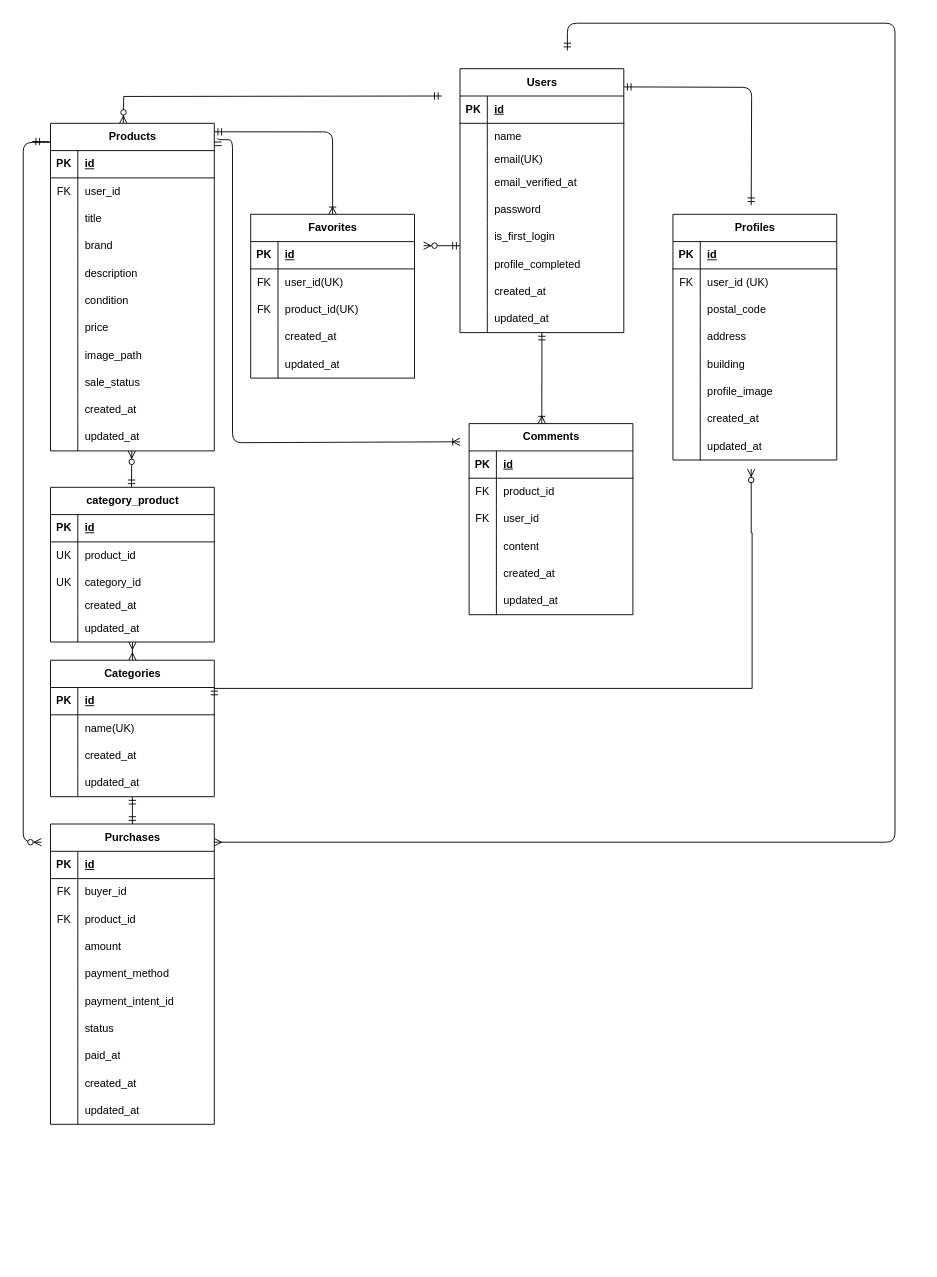
Earlier version of the draw.io diagram er-diagram.drawio (Hana86-86/coachtech-freemarket). Source tidied: cells renumbered, new cells numbered last; positions are measured from the earlier drawing's top-left corner, leaving out a move shared by most shapes. Both pictures are drawn from the tidied source at 91%, with x=0, y=0 at pixel (23, 23).
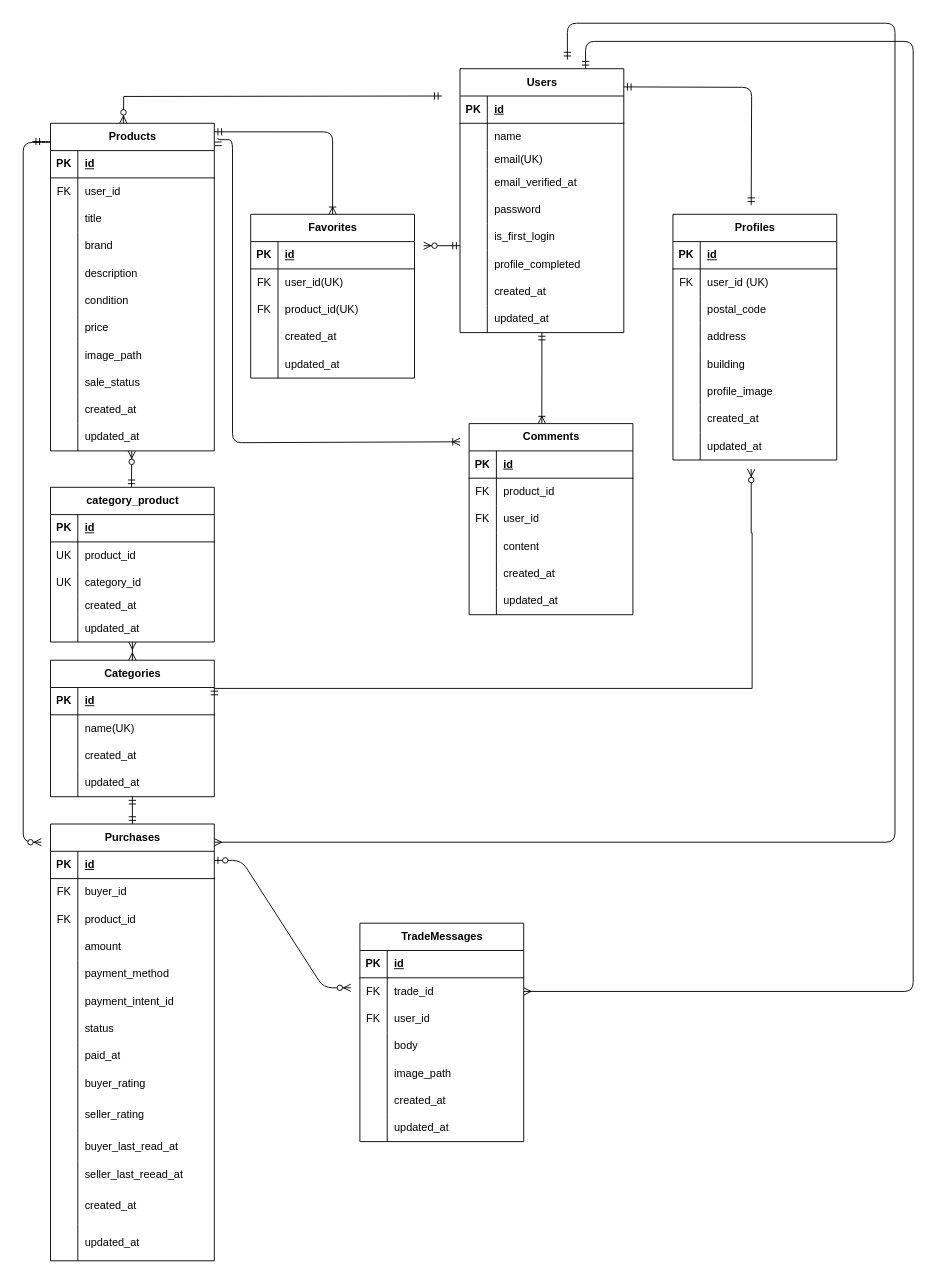
The same page after the edit.

Unchanged cells that the change refers to:
```xml
<mxCell id="102" style="shape=tableRow;horizontal=0;startSize=0;swimlaneHead=0;swimlaneBody=0;fillColor=none;top=0;left=0;right=0;bottom=0;" parent="77" vertex="1">
  <mxGeometry y="270" width="180" height="30" as="geometry" />
</mxCell>
```

Change to the diagram source:
```diff
@@
     <mxCell id="77" value="Purchases" style="shape=table;startSize=30;childLayout=tableLayout;rowLines=0;fontStyle=1;align=center;html=1;" parent="1" vertex="1">
-      <mxGeometry x="30" y="880" width="180" height="330" as="geometry" />
+      <mxGeometry x="30" y="880" width="180" height="480" as="geometry" />
     </mxCell>
@@
-    <mxCell id="104" value="created_at" style="shape=partialRectangle;fillColor=none;top=0;left=0;bottom=0;right=0;align=left;spacingLeft=6;overflow=hidden;whiteSpace=wrap;html=1;" parent="102" vertex="1">
+    <mxCell id="104" value="buyer_rating" style="shape=partialRectangle;fillColor=none;top=0;left=0;bottom=0;right=0;align=left;spacingLeft=6;overflow=hidden;whiteSpace=wrap;html=1;" parent="102" vertex="1">
       <mxGeometry x="30" width="150" height="30" as="geometry" />
     </mxCell>
     <mxCell id="105" style="shape=tableRow;horizontal=0;startSize=0;swimlaneHead=0;swimlaneBody=0;fillColor=none;top=0;left=0;right=0;bottom=0;" parent="77" vertex="1">
-      <mxGeometry y="300" width="180" height="30" as="geometry" />
+      <mxGeometry y="300" width="180" height="40" as="geometry" />
     </mxCell>
     <mxCell id="106" style="shape=partialRectangle;fillColor=none;top=0;left=0;bottom=0;right=0;overflow=hidden;whiteSpace=wrap;html=1;" parent="105" vertex="1">
-      <mxGeometry width="30" height="30" as="geometry" />
+      <mxGeometry width="30" height="40" as="geometry" />
     </mxCell>
-    <mxCell id="107" value="updated_at" style="shape=partialRectangle;fillColor=none;top=0;left=0;bottom=0;right=0;align=left;spacingLeft=6;overflow=hidden;whiteSpace=wrap;html=1;" parent="105" vertex="1">
-      <mxGeometry x="30" width="150" height="30" as="geometry" />
+    <mxCell id="107" value="seller_rating" style="shape=partialRectangle;fillColor=none;top=0;left=0;bottom=0;right=0;align=left;spacingLeft=6;overflow=hidden;whiteSpace=wrap;html=1;" parent="105" vertex="1">
+      <mxGeometry x="30" width="150" height="40" as="geometry" />
     </mxCell>
+    <mxCell id="196" style="shape=tableRow;horizontal=0;startSize=0;swimlaneHead=0;swimlaneBody=0;fillColor=none;top=0;left=0;right=0;bottom=0;" parent="77" vertex="1">
+      <mxGeometry y="340" width="180" height="30" as="geometry" />
+    </mxCell>
+    <mxCell id="197" style="shape=partialRectangle;fillColor=none;top=0;left=0;bottom=0;right=0;overflow=hidden;whiteSpace=wrap;html=1;" parent="196" vertex="1">
+      <mxGeometry width="30" height="30" as="geometry" />
+    </mxCell>
+    <mxCell id="198" value="buyer_last_read_at" style="shape=partialRectangle;fillColor=none;top=0;left=0;bottom=0;right=0;align=left;spacingLeft=6;overflow=hidden;whiteSpace=wrap;html=1;" parent="196" vertex="1">
+      <mxGeometry x="30" width="150" height="30" as="geometry" />
+    </mxCell>
+    <mxCell id="199" style="shape=tableRow;horizontal=0;startSize=0;swimlaneHead=0;swimlaneBody=0;fillColor=none;top=0;left=0;right=0;bottom=0;" parent="77" vertex="1">
+      <mxGeometry y="370" width="180" height="30" as="geometry" />
+    </mxCell>
+    <mxCell id="200" style="shape=partialRectangle;fillColor=none;top=0;left=0;bottom=0;right=0;overflow=hidden;whiteSpace=wrap;html=1;" parent="199" vertex="1">
+      <mxGeometry width="30" height="30" as="geometry" />
+    </mxCell>
+    <mxCell id="201" value="seller_last_reead_at" style="shape=partialRectangle;fillColor=none;top=0;left=0;bottom=0;right=0;align=left;spacingLeft=6;overflow=hidden;whiteSpace=wrap;html=1;" parent="199" vertex="1">
+      <mxGeometry x="30" width="150" height="30" as="geometry" />
+    </mxCell>
+    <mxCell id="202" style="shape=tableRow;horizontal=0;startSize=0;swimlaneHead=0;swimlaneBody=0;fillColor=none;top=0;left=0;right=0;bottom=0;" parent="77" vertex="1">
+      <mxGeometry y="400" width="180" height="40" as="geometry" />
+    </mxCell>
+    <mxCell id="203" style="shape=partialRectangle;fillColor=none;top=0;left=0;bottom=0;right=0;overflow=hidden;whiteSpace=wrap;html=1;" parent="202" vertex="1">
+      <mxGeometry width="30" height="40" as="geometry" />
+    </mxCell>
+    <mxCell id="204" value="created_at" style="shape=partialRectangle;fillColor=none;top=0;left=0;bottom=0;right=0;align=left;spacingLeft=6;overflow=hidden;whiteSpace=wrap;html=1;" parent="202" vertex="1">
+      <mxGeometry x="30" width="150" height="40" as="geometry" />
+    </mxCell>
+    <mxCell id="205" style="shape=tableRow;horizontal=0;startSize=0;swimlaneHead=0;swimlaneBody=0;fillColor=none;top=0;left=0;right=0;bottom=0;" parent="77" vertex="1">
+      <mxGeometry y="440" width="180" height="40" as="geometry" />
+    </mxCell>
+    <mxCell id="206" style="shape=partialRectangle;fillColor=none;top=0;left=0;bottom=0;right=0;overflow=hidden;whiteSpace=wrap;html=1;" parent="205" vertex="1">
+      <mxGeometry width="30" height="40" as="geometry" />
+    </mxCell>
+    <mxCell id="207" value="updated_at" style="shape=partialRectangle;fillColor=none;top=0;left=0;bottom=0;right=0;align=left;spacingLeft=6;overflow=hidden;whiteSpace=wrap;html=1;" parent="205" vertex="1">
+      <mxGeometry x="30" width="150" height="40" as="geometry" />
+    </mxCell>
@@
     <mxCell id="175" style="edgeStyle=orthogonalEdgeStyle;fontSize=12;html=1;endArrow=ERmany;startArrow=ERmandOne;endFill=0;" parent="1" edge="1">
       <mxGeometry relative="1" as="geometry">
-        <mxPoint x="598" y="30" as="sourcePoint" />
+        <mxPoint x="598" y="40" as="sourcePoint" />
         <mxPoint x="210" y="900" as="targetPoint" />
         <Array as="points">
           <mxPoint x="598" />
           <mxPoint x="958" />
           <mxPoint x="958" y="900" />
         </Array>
       </mxGeometry>
     </mxCell>
@@
+    <mxCell id="208" value="TradeMessages" style="shape=table;startSize=30;childLayout=tableLayout;rowLines=0;fontStyle=1;align=center;html=1;" parent="1" vertex="1">
+      <mxGeometry x="370" y="989" width="180" height="240" as="geometry" />
+    </mxCell>
+    <mxCell id="209" style="shape=tableRow;horizontal=0;startSize=0;swimlaneHead=0;swimlaneBody=0;fillColor=none;top=0;left=0;right=0;bottom=1;" parent="208" vertex="1">
+      <mxGeometry y="30" width="180" height="30" as="geometry" />
+    </mxCell>
+    <mxCell id="210" value="PK" style="shape=partialRectangle;fillColor=none;top=0;left=0;bottom=0;right=0;fontStyle=1;overflow=hidden;whiteSpace=wrap;html=1;" parent="209" vertex="1">
+      <mxGeometry width="30" height="30" as="geometry" />
+    </mxCell>
+    <mxCell id="211" value="id" style="shape=partialRectangle;fillColor=none;top=0;left=0;bottom=0;right=0;align=left;spacingLeft=6;fontStyle=5;overflow=hidden;whiteSpace=wrap;html=1;" parent="209" vertex="1">
+      <mxGeometry x="30" width="150" height="30" as="geometry" />
+    </mxCell>
+    <mxCell id="212" style="shape=tableRow;horizontal=0;startSize=0;swimlaneHead=0;swimlaneBody=0;fillColor=none;points=[[0,0.5],[1,0.5]];portConstraint=eastwest;top=0;left=0;right=0;bottom=0;" parent="208" vertex="1">
+      <mxGeometry y="60" width="180" height="30" as="geometry" />
+    </mxCell>
+    <mxCell id="213" value="FK" style="shape=partialRectangle;fillColor=none;top=0;left=0;bottom=0;right=0;overflow=hidden;whiteSpace=wrap;html=1;" parent="212" vertex="1">
+      <mxGeometry width="30" height="30" as="geometry" />
+    </mxCell>
+    <mxCell id="214" value="trade_id" style="shape=partialRectangle;fillColor=none;top=0;left=0;bottom=0;right=0;align=left;spacingLeft=6;overflow=hidden;whiteSpace=wrap;html=1;" parent="212" vertex="1">
+      <mxGeometry x="30" width="150" height="30" as="geometry" />
+    </mxCell>
+    <mxCell id="215" style="shape=tableRow;horizontal=0;startSize=0;swimlaneHead=0;swimlaneBody=0;fillColor=none;top=0;left=0;right=0;bottom=0;" parent="208" vertex="1">
+      <mxGeometry y="90" width="180" height="30" as="geometry" />
+    </mxCell>
+    <mxCell id="216" value="FK" style="shape=partialRectangle;fillColor=none;top=0;left=0;bottom=0;right=0;overflow=hidden;whiteSpace=wrap;html=1;" parent="215" vertex="1">
+      <mxGeometry width="30" height="30" as="geometry" />
+    </mxCell>
+    <mxCell id="217" value="user_id" style="shape=partialRectangle;fillColor=none;top=0;left=0;bottom=0;right=0;align=left;spacingLeft=6;overflow=hidden;whiteSpace=wrap;html=1;" parent="215" vertex="1">
+      <mxGeometry x="30" width="150" height="30" as="geometry" />
+    </mxCell>
+    <mxCell id="218" style="shape=tableRow;horizontal=0;startSize=0;swimlaneHead=0;swimlaneBody=0;fillColor=none;top=0;left=0;right=0;bottom=0;" parent="208" vertex="1">
+      <mxGeometry y="120" width="180" height="30" as="geometry" />
+    </mxCell>
+    <mxCell id="219" style="shape=partialRectangle;fillColor=none;top=0;left=0;bottom=0;right=0;overflow=hidden;whiteSpace=wrap;html=1;" parent="218" vertex="1">
+      <mxGeometry width="30" height="30" as="geometry" />
+    </mxCell>
+    <mxCell id="220" value="body" style="shape=partialRectangle;fillColor=none;top=0;left=0;bottom=0;right=0;align=left;spacingLeft=6;overflow=hidden;whiteSpace=wrap;html=1;" parent="218" vertex="1">
+      <mxGeometry x="30" width="150" height="30" as="geometry" />
+    </mxCell>
+    <mxCell id="221" style="shape=tableRow;horizontal=0;startSize=0;swimlaneHead=0;swimlaneBody=0;fillColor=none;top=0;left=0;right=0;bottom=0;" parent="208" vertex="1">
+      <mxGeometry y="150" width="180" height="30" as="geometry" />
+    </mxCell>
+    <mxCell id="222" style="shape=partialRectangle;fillColor=none;top=0;left=0;bottom=0;right=0;overflow=hidden;whiteSpace=wrap;html=1;" parent="221" vertex="1">
+      <mxGeometry width="30" height="30" as="geometry" />
+    </mxCell>
+    <mxCell id="223" value="image_path" style="shape=partialRectangle;fillColor=none;top=0;left=0;bottom=0;right=0;align=left;spacingLeft=6;overflow=hidden;whiteSpace=wrap;html=1;" parent="221" vertex="1">
+      <mxGeometry x="30" width="150" height="30" as="geometry" />
+    </mxCell>
+    <mxCell id="224" style="shape=tableRow;horizontal=0;startSize=0;swimlaneHead=0;swimlaneBody=0;fillColor=none;top=0;left=0;right=0;bottom=0;" parent="208" vertex="1">
+      <mxGeometry y="180" width="180" height="30" as="geometry" />
+    </mxCell>
+    <mxCell id="225" style="shape=partialRectangle;fillColor=none;top=0;left=0;bottom=0;right=0;overflow=hidden;whiteSpace=wrap;html=1;" parent="224" vertex="1">
+      <mxGeometry width="30" height="30" as="geometry" />
+    </mxCell>
+    <mxCell id="226" value="created_at" style="shape=partialRectangle;fillColor=none;top=0;left=0;bottom=0;right=0;align=left;spacingLeft=6;overflow=hidden;whiteSpace=wrap;html=1;" parent="224" vertex="1">
+      <mxGeometry x="30" width="150" height="30" as="geometry" />
+    </mxCell>
+    <mxCell id="227" style="shape=tableRow;horizontal=0;startSize=0;swimlaneHead=0;swimlaneBody=0;fillColor=none;top=0;left=0;right=0;bottom=0;" parent="208" vertex="1">
+      <mxGeometry y="210" width="180" height="30" as="geometry" />
+    </mxCell>
+    <mxCell id="228" style="shape=partialRectangle;fillColor=none;top=0;left=0;bottom=0;right=0;overflow=hidden;whiteSpace=wrap;html=1;" parent="227" vertex="1">
+      <mxGeometry width="30" height="30" as="geometry" />
+    </mxCell>
+    <mxCell id="229" value="updated_at" style="shape=partialRectangle;fillColor=none;top=0;left=0;bottom=0;right=0;align=left;spacingLeft=6;overflow=hidden;whiteSpace=wrap;html=1;" parent="227" vertex="1">
+      <mxGeometry x="30" width="150" height="30" as="geometry" />
+    </mxCell>
+    <mxCell id="230" style="edgeStyle=entityRelationEdgeStyle;fontSize=12;html=1;endArrow=ERzeroToMany;startArrow=ERzeroToOne;" parent="1" edge="1">
+      <mxGeometry relative="1" as="geometry">
+        <mxPoint x="210" y="920" as="sourcePoint" />
+        <mxPoint x="360" y="1060" as="targetPoint" />
+      </mxGeometry>
+    </mxCell>
+    <mxCell id="231" style="edgeStyle=orthogonalEdgeStyle;fontSize=12;html=1;endArrow=ERmany;startArrow=ERmandOne;endFill=0;entryX=1;entryY=0.5;entryDx=0;entryDy=0;" parent="1" edge="1" target="212">
+      <mxGeometry relative="1" as="geometry">
+        <mxPoint x="618" y="50" as="sourcePoint" />
+        <Array as="points">
+          <mxPoint x="618" y="20" />
+          <mxPoint x="978" y="20" />
+          <mxPoint x="978" y="1064" />
+        </Array>
+      </mxGeometry>
+    </mxCell>
```
